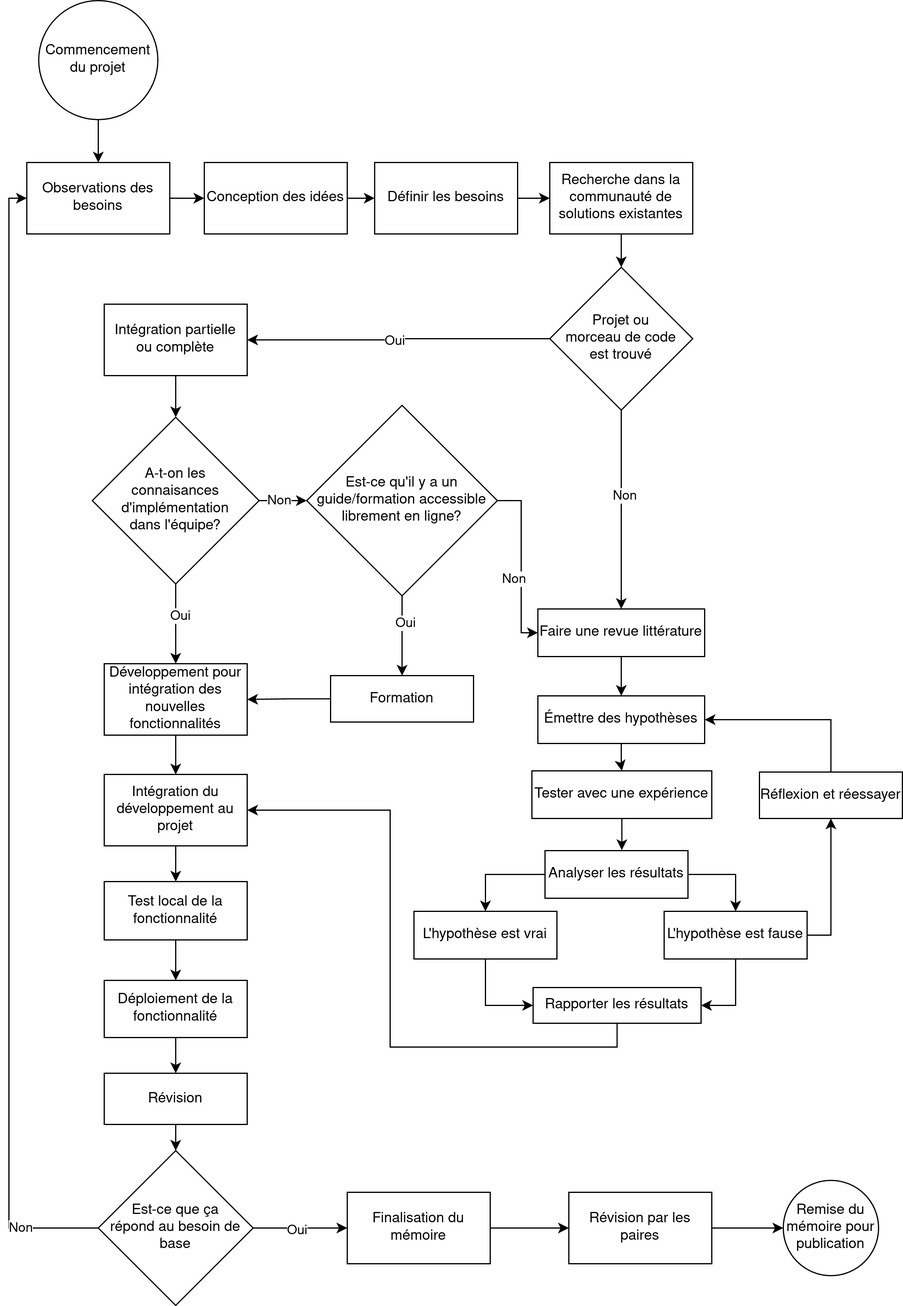
Above: diagramme/methodologie_scientifique.drawio.png in mathben/memoire_generateur_code_2023 (draw.io), before the change. Source tidied: cells renumbered, new cells last; positions are measured from the earlier drawing's top-left corner, leaving out a move shared by most shapes. Its diagram source:
```xml
<mxGraphModel>
  <root>
    <mxCell id="0" />
    <mxCell id="1" parent="0" />
    <mxCell id="2" style="edgeStyle=orthogonalEdgeStyle;rounded=0;jettySize=auto;html=1;entryX=0.5;entryY=0;entryDx=0;entryDy=0;" parent="1" edge="1" source="3" target="5">
      <mxGeometry relative="1" as="geometry" />
    </mxCell>
    <mxCell id="3" value="Faire une revue littérature" style="rounded=0;whiteSpace=wrap;html=1;" parent="1" vertex="1">
      <mxGeometry x="444" y="511" width="140" height="40" as="geometry" />
    </mxCell>
    <mxCell id="4" style="edgeStyle=orthogonalEdgeStyle;rounded=0;jettySize=auto;html=1;" parent="1" edge="1" source="5" target="7">
      <mxGeometry relative="1" as="geometry" />
    </mxCell>
    <mxCell id="5" value="Émettre des hypothèses" style="rounded=0;whiteSpace=wrap;html=1;" parent="1" vertex="1">
      <mxGeometry x="444" y="584" width="140" height="40" as="geometry" />
    </mxCell>
    <mxCell id="6" style="edgeStyle=orthogonalEdgeStyle;rounded=0;jettySize=auto;html=1;entryX=0.537;entryY=-0.01;entryDx=0;entryDy=0;entryPerimeter=0;" parent="1" edge="1" source="7" target="10">
      <mxGeometry relative="1" as="geometry" />
    </mxCell>
    <mxCell id="7" value="Tester avec une expérience" style="rounded=0;whiteSpace=wrap;html=1;" parent="1" vertex="1">
      <mxGeometry x="439" y="647" width="151" height="40" as="geometry" />
    </mxCell>
    <mxCell id="8" style="edgeStyle=orthogonalEdgeStyle;rounded=0;jettySize=auto;html=1;entryX=0.5;entryY=0;entryDx=0;entryDy=0;exitX=0;exitY=0.5;exitDx=0;exitDy=0;" parent="1" edge="1" source="10" target="12">
      <mxGeometry relative="1" as="geometry" />
    </mxCell>
    <mxCell id="9" style="edgeStyle=orthogonalEdgeStyle;rounded=0;jettySize=auto;html=1;entryX=0.5;entryY=0;entryDx=0;entryDy=0;exitX=1;exitY=0.5;exitDx=0;exitDy=0;" parent="1" edge="1" source="10" target="15">
      <mxGeometry relative="1" as="geometry" />
    </mxCell>
    <mxCell id="10" value="Analyser les résultats" style="rounded=0;whiteSpace=wrap;html=1;" parent="1" vertex="1">
      <mxGeometry x="450" y="714" width="120" height="40" as="geometry" />
    </mxCell>
    <mxCell id="11" style="edgeStyle=orthogonalEdgeStyle;rounded=0;jettySize=auto;html=1;entryX=0;entryY=0.5;entryDx=0;entryDy=0;" parent="1" edge="1" source="12" target="17">
      <mxGeometry relative="1" as="geometry" />
    </mxCell>
    <mxCell id="12" value="L'hypothèse est vrai" style="rounded=0;whiteSpace=wrap;html=1;" parent="1" vertex="1">
      <mxGeometry x="340" y="765" width="120" height="40" as="geometry" />
    </mxCell>
    <mxCell id="13" style="edgeStyle=orthogonalEdgeStyle;rounded=0;jettySize=auto;html=1;entryX=1;entryY=0.5;entryDx=0;entryDy=0;" parent="1" edge="1" source="15" target="17">
      <mxGeometry relative="1" as="geometry" />
    </mxCell>
    <mxCell id="14" style="edgeStyle=orthogonalEdgeStyle;rounded=0;jettySize=auto;html=1;entryX=0.5;entryY=1;entryDx=0;entryDy=0;exitX=1;exitY=0.5;exitDx=0;exitDy=0;" parent="1" edge="1" source="15" target="19">
      <mxGeometry relative="1" as="geometry" />
    </mxCell>
    <mxCell id="15" value="L'hypothèse est fause" style="rounded=0;whiteSpace=wrap;html=1;" parent="1" vertex="1">
      <mxGeometry x="550" y="765" width="120" height="40" as="geometry" />
    </mxCell>
    <mxCell id="16" style="edgeStyle=orthogonalEdgeStyle;rounded=0;jettySize=auto;html=1;entryX=1;entryY=0.5;entryDx=0;entryDy=0;exitX=0.5;exitY=1;exitDx=0;exitDy=0;" parent="1" edge="1" source="17" target="43">
      <mxGeometry relative="1" as="geometry" />
    </mxCell>
    <mxCell id="17" value="Rapporter les résultats" style="rounded=0;whiteSpace=wrap;html=1;" parent="1" vertex="1">
      <mxGeometry x="440" y="829" width="141" height="30" as="geometry" />
    </mxCell>
    <mxCell id="18" style="edgeStyle=orthogonalEdgeStyle;rounded=0;jettySize=auto;html=1;entryX=1;entryY=0.5;entryDx=0;entryDy=0;exitX=0.5;exitY=0;exitDx=0;exitDy=0;" parent="1" edge="1" source="19" target="5">
      <mxGeometry relative="1" as="geometry" />
    </mxCell>
    <mxCell id="19" value="Réflexion et réessayer" style="rounded=0;whiteSpace=wrap;html=1;" parent="1" vertex="1">
      <mxGeometry x="630" y="648" width="120" height="39" as="geometry" />
    </mxCell>
    <mxCell id="20" style="edgeStyle=orthogonalEdgeStyle;rounded=0;jettySize=auto;html=1;entryX=0;entryY=0.5;entryDx=0;entryDy=0;" parent="1" edge="1" source="21" target="25">
      <mxGeometry relative="1" as="geometry" />
    </mxCell>
    <mxCell id="21" value="Définir les besoins" style="rounded=0;whiteSpace=wrap;html=1;" parent="1" vertex="1">
      <mxGeometry x="307" y="136" width="120" height="60" as="geometry" />
    </mxCell>
    <mxCell id="22" style="edgeStyle=orthogonalEdgeStyle;rounded=0;jettySize=auto;html=1;entryX=0.5;entryY=0;entryDx=0;entryDy=0;exitX=0.5;exitY=1;exitDx=0;exitDy=0;" parent="1" edge="1" source="23" target="43">
      <mxGeometry relative="1" as="geometry" />
    </mxCell>
    <mxCell id="23" value="Développement pour intégration des nouvelles fonctionnalités" style="rounded=0;whiteSpace=wrap;html=1;" parent="1" vertex="1">
      <mxGeometry x="80" y="557" width="120" height="60" as="geometry" />
    </mxCell>
    <mxCell id="24" style="edgeStyle=orthogonalEdgeStyle;rounded=0;jettySize=auto;html=1;entryX=0.5;entryY=0;entryDx=0;entryDy=0;" parent="1" edge="1" source="25" target="39">
      <mxGeometry relative="1" as="geometry" />
    </mxCell>
    <mxCell id="25" value="Recherche dans la communauté de solutions existantes" style="rounded=0;whiteSpace=wrap;html=1;" parent="1" vertex="1">
      <mxGeometry x="454" y="136" width="120" height="60" as="geometry" />
    </mxCell>
    <mxCell id="26" style="edgeStyle=orthogonalEdgeStyle;rounded=0;jettySize=auto;html=1;entryX=0.5;entryY=0;entryDx=0;entryDy=0;exitX=0.5;exitY=1;exitDx=0;exitDy=0;" parent="1" edge="1" source="30" target="23">
      <mxGeometry relative="1" as="geometry" />
    </mxCell>
    <mxCell id="27" value="Oui" style="edgeLabel;html=1;align=center;verticalAlign=middle;" parent="26" vertex="1">
      <mxGeometry x="-0.24" y="3" relative="1" as="geometry" />
    </mxCell>
    <mxCell id="28" style="edgeStyle=orthogonalEdgeStyle;rounded=0;jettySize=auto;html=1;entryX=0;entryY=0.5;entryDx=0;entryDy=0;exitX=1;exitY=0.5;exitDx=0;exitDy=0;" parent="1" edge="1" source="30" target="59">
      <mxGeometry relative="1" as="geometry" />
    </mxCell>
    <mxCell id="29" value="Non" style="edgeLabel;html=1;align=center;verticalAlign=middle;" parent="28" vertex="1">
      <mxGeometry x="-0.18" y="1" relative="1" as="geometry" />
    </mxCell>
    <mxCell id="30" value="&lt;div&gt;A-t-on les &lt;br&gt;&lt;/div&gt;&lt;div&gt;connaisances d'implémentation &lt;br&gt;&lt;/div&gt;&lt;div&gt;dans l'équipe?&lt;/div&gt;" style="rhombus;whiteSpace=wrap;html=1;" parent="1" vertex="1">
      <mxGeometry x="70" y="350" width="140" height="140" as="geometry" />
    </mxCell>
    <mxCell id="31" style="edgeStyle=orthogonalEdgeStyle;rounded=0;jettySize=auto;html=1;" parent="1" edge="1" source="32" target="34">
      <mxGeometry relative="1" as="geometry" />
    </mxCell>
    <mxCell id="32" value="Observations des besoins" style="rounded=0;whiteSpace=wrap;html=1;" parent="1" vertex="1">
      <mxGeometry x="15" y="136" width="120" height="60" as="geometry" />
    </mxCell>
    <mxCell id="33" style="edgeStyle=orthogonalEdgeStyle;rounded=0;jettySize=auto;html=1;entryX=0;entryY=0.5;entryDx=0;entryDy=0;" parent="1" edge="1" source="34" target="21">
      <mxGeometry relative="1" as="geometry" />
    </mxCell>
    <mxCell id="34" value="Conception des idées" style="rounded=0;whiteSpace=wrap;html=1;" parent="1" vertex="1">
      <mxGeometry x="164" y="136" width="120" height="60" as="geometry" />
    </mxCell>
    <mxCell id="35" style="edgeStyle=orthogonalEdgeStyle;rounded=0;jettySize=auto;html=1;exitX=0;exitY=0.5;exitDx=0;exitDy=0;" parent="1" edge="1" source="39" target="41">
      <mxGeometry relative="1" as="geometry" />
    </mxCell>
    <mxCell id="36" value="Oui" style="edgeLabel;html=1;align=center;verticalAlign=middle;" parent="35" vertex="1">
      <mxGeometry x="0.03" relative="1" as="geometry" />
    </mxCell>
    <mxCell id="37" style="edgeStyle=orthogonalEdgeStyle;rounded=0;jettySize=auto;html=1;entryX=0.5;entryY=0;entryDx=0;entryDy=0;exitX=0.5;exitY=1;exitDx=0;exitDy=0;" parent="1" edge="1" source="39" target="3">
      <mxGeometry relative="1" as="geometry" />
    </mxCell>
    <mxCell id="38" value="Non" style="edgeLabel;html=1;align=center;verticalAlign=middle;" parent="37" vertex="1">
      <mxGeometry x="-0.14" y="2" relative="1" as="geometry" />
    </mxCell>
    <mxCell id="39" value="&lt;div&gt;Projet ou &lt;br&gt;&lt;/div&gt;&lt;div&gt;morceau de code&lt;/div&gt;&lt;div&gt;est trouvé&lt;/div&gt;" style="rhombus;whiteSpace=wrap;html=1;" parent="1" vertex="1">
      <mxGeometry x="454" y="224" width="120" height="120" as="geometry" />
    </mxCell>
    <mxCell id="40" style="edgeStyle=orthogonalEdgeStyle;rounded=0;jettySize=auto;html=1;entryX=0.5;entryY=0;entryDx=0;entryDy=0;" parent="1" edge="1" source="41" target="30">
      <mxGeometry relative="1" as="geometry" />
    </mxCell>
    <mxCell id="41" value="Intégration partielle ou complète" style="rounded=0;whiteSpace=wrap;html=1;" parent="1" vertex="1">
      <mxGeometry x="80" y="255" width="120" height="60" as="geometry" />
    </mxCell>
    <mxCell id="42" style="edgeStyle=orthogonalEdgeStyle;rounded=0;jettySize=auto;html=1;" parent="1" edge="1" source="43" target="64">
      <mxGeometry relative="1" as="geometry" />
    </mxCell>
    <mxCell id="43" value="Intégration du développement au projet" style="rounded=0;whiteSpace=wrap;html=1;" parent="1" vertex="1">
      <mxGeometry x="80" y="650" width="120" height="60" as="geometry" />
    </mxCell>
    <mxCell id="44" style="edgeStyle=orthogonalEdgeStyle;rounded=0;jettySize=auto;html=1;entryX=0;entryY=0.5;entryDx=0;entryDy=0;exitX=0;exitY=0.5;exitDx=0;exitDy=0;" parent="1" edge="1" source="48" target="32">
      <mxGeometry relative="1" as="geometry">
        <Array as="points">
          <mxPoint y="1031" />
          <mxPoint y="166" />
        </Array>
      </mxGeometry>
    </mxCell>
    <mxCell id="45" value="Non" style="edgeLabel;html=1;align=center;verticalAlign=middle;" parent="44" vertex="1">
      <mxGeometry x="-0.86" y="-1" relative="1" as="geometry" />
    </mxCell>
    <mxCell id="46" style="edgeStyle=orthogonalEdgeStyle;rounded=0;jettySize=auto;html=1;entryX=0;entryY=0.5;entryDx=0;entryDy=0;" parent="1" edge="1" source="48" target="50">
      <mxGeometry relative="1" as="geometry" />
    </mxCell>
    <mxCell id="47" value="Oui" style="edgeLabel;html=1;align=center;verticalAlign=middle;" parent="46" vertex="1">
      <mxGeometry x="-0.08" y="-1" relative="1" as="geometry" />
    </mxCell>
    <mxCell id="48" value="&lt;div&gt;Est-ce que ça&lt;/div&gt;&lt;div&gt;répond au besoin de base&lt;/div&gt;" style="rhombus;whiteSpace=wrap;html=1;" parent="1" vertex="1">
      <mxGeometry x="75" y="966" width="130" height="130" as="geometry" />
    </mxCell>
    <mxCell id="49" style="edgeStyle=orthogonalEdgeStyle;rounded=0;jettySize=auto;html=1;entryX=0;entryY=0.5;entryDx=0;entryDy=0;" parent="1" edge="1" source="50" target="61">
      <mxGeometry relative="1" as="geometry" />
    </mxCell>
    <mxCell id="50" value="Finalisation du mémoire" style="rounded=0;whiteSpace=wrap;html=1;" parent="1" vertex="1">
      <mxGeometry x="284" y="1001" width="120" height="60" as="geometry" />
    </mxCell>
    <mxCell id="51" style="edgeStyle=orthogonalEdgeStyle;rounded=0;jettySize=auto;html=1;entryX=0.5;entryY=0;entryDx=0;entryDy=0;" parent="1" edge="1" source="52" target="32">
      <mxGeometry relative="1" as="geometry" />
    </mxCell>
    <mxCell id="52" value="Commencement du projet" style="ellipse;whiteSpace=wrap;html=1;" parent="1" vertex="1">
      <mxGeometry x="25" width="100" height="100" as="geometry" />
    </mxCell>
    <mxCell id="53" style="edgeStyle=orthogonalEdgeStyle;rounded=0;jettySize=auto;html=1;entryX=1;entryY=0.5;entryDx=0;entryDy=0;" parent="1" edge="1" source="54" target="23">
      <mxGeometry relative="1" as="geometry" />
    </mxCell>
    <mxCell id="54" value="Formation" style="rounded=0;whiteSpace=wrap;html=1;" parent="1" vertex="1">
      <mxGeometry x="270" y="567" width="120" height="39" as="geometry" />
    </mxCell>
    <mxCell id="55" style="edgeStyle=orthogonalEdgeStyle;rounded=0;jettySize=auto;html=1;entryX=0;entryY=0.5;entryDx=0;entryDy=0;exitX=1;exitY=0.5;exitDx=0;exitDy=0;" parent="1" edge="1" source="59" target="3">
      <mxGeometry relative="1" as="geometry">
        <Array as="points">
          <mxPoint x="430" y="420" />
          <mxPoint x="430" y="531" />
        </Array>
      </mxGeometry>
    </mxCell>
    <mxCell id="56" value="Non" style="edgeLabel;html=1;align=center;verticalAlign=middle;" parent="55" vertex="1">
      <mxGeometry x="0.19" y="-1" relative="1" as="geometry">
        <mxPoint x="-6" y="-1" as="offset" />
      </mxGeometry>
    </mxCell>
    <mxCell id="57" style="edgeStyle=orthogonalEdgeStyle;rounded=0;jettySize=auto;html=1;entryX=0.5;entryY=0;entryDx=0;entryDy=0;" parent="1" edge="1" source="59" target="54">
      <mxGeometry relative="1" as="geometry" />
    </mxCell>
    <mxCell id="58" value="Oui" style="edgeLabel;html=1;align=center;verticalAlign=middle;" parent="57" vertex="1">
      <mxGeometry x="-0.36" y="2" relative="1" as="geometry" />
    </mxCell>
    <mxCell id="59" value="Est-ce qu'il y a un guide/formation accessible librement en ligne?" style="rhombus;whiteSpace=wrap;html=1;" parent="1" vertex="1">
      <mxGeometry x="250" y="340" width="160" height="160" as="geometry" />
    </mxCell>
    <mxCell id="60" style="edgeStyle=orthogonalEdgeStyle;rounded=0;jettySize=auto;html=1;entryX=0;entryY=0.5;entryDx=0;entryDy=0;" parent="1" edge="1" source="61" target="62">
      <mxGeometry relative="1" as="geometry" />
    </mxCell>
    <mxCell id="61" value="Révision par les paires" style="rounded=0;whiteSpace=wrap;html=1;" parent="1" vertex="1">
      <mxGeometry x="470" y="1001" width="120" height="60" as="geometry" />
    </mxCell>
    <mxCell id="62" value="Remise du mémoire pour publication" style="ellipse;whiteSpace=wrap;html=1;" parent="1" vertex="1">
      <mxGeometry x="650" y="991" width="80" height="80" as="geometry" />
    </mxCell>
    <mxCell id="63" style="edgeStyle=orthogonalEdgeStyle;rounded=0;jettySize=auto;html=1;" parent="1" edge="1" source="64" target="66">
      <mxGeometry relative="1" as="geometry" />
    </mxCell>
    <mxCell id="64" value="Test local de la fonctionnalité" style="rounded=0;whiteSpace=wrap;html=1;" parent="1" vertex="1">
      <mxGeometry x="80" y="740" width="120" height="49" as="geometry" />
    </mxCell>
    <mxCell id="65" style="edgeStyle=orthogonalEdgeStyle;rounded=0;jettySize=auto;html=1;entryX=0.5;entryY=0;entryDx=0;entryDy=0;" parent="1" edge="1" source="66" target="68">
      <mxGeometry relative="1" as="geometry" />
    </mxCell>
    <mxCell id="66" value="Déploiement de la fonctionnalité" style="rounded=0;whiteSpace=wrap;html=1;" parent="1" vertex="1">
      <mxGeometry x="80" y="823" width="120" height="48" as="geometry" />
    </mxCell>
    <mxCell id="67" style="edgeStyle=orthogonalEdgeStyle;rounded=0;jettySize=auto;html=1;entryX=0.5;entryY=0;entryDx=0;entryDy=0;" parent="1" edge="1" source="68" target="48">
      <mxGeometry relative="1" as="geometry" />
    </mxCell>
    <mxCell id="68" value="Révision" style="rounded=0;whiteSpace=wrap;html=1;" parent="1" vertex="1">
      <mxGeometry x="80" y="901" width="120" height="43" as="geometry" />
    </mxCell>
  </root>
</mxGraphModel>
```
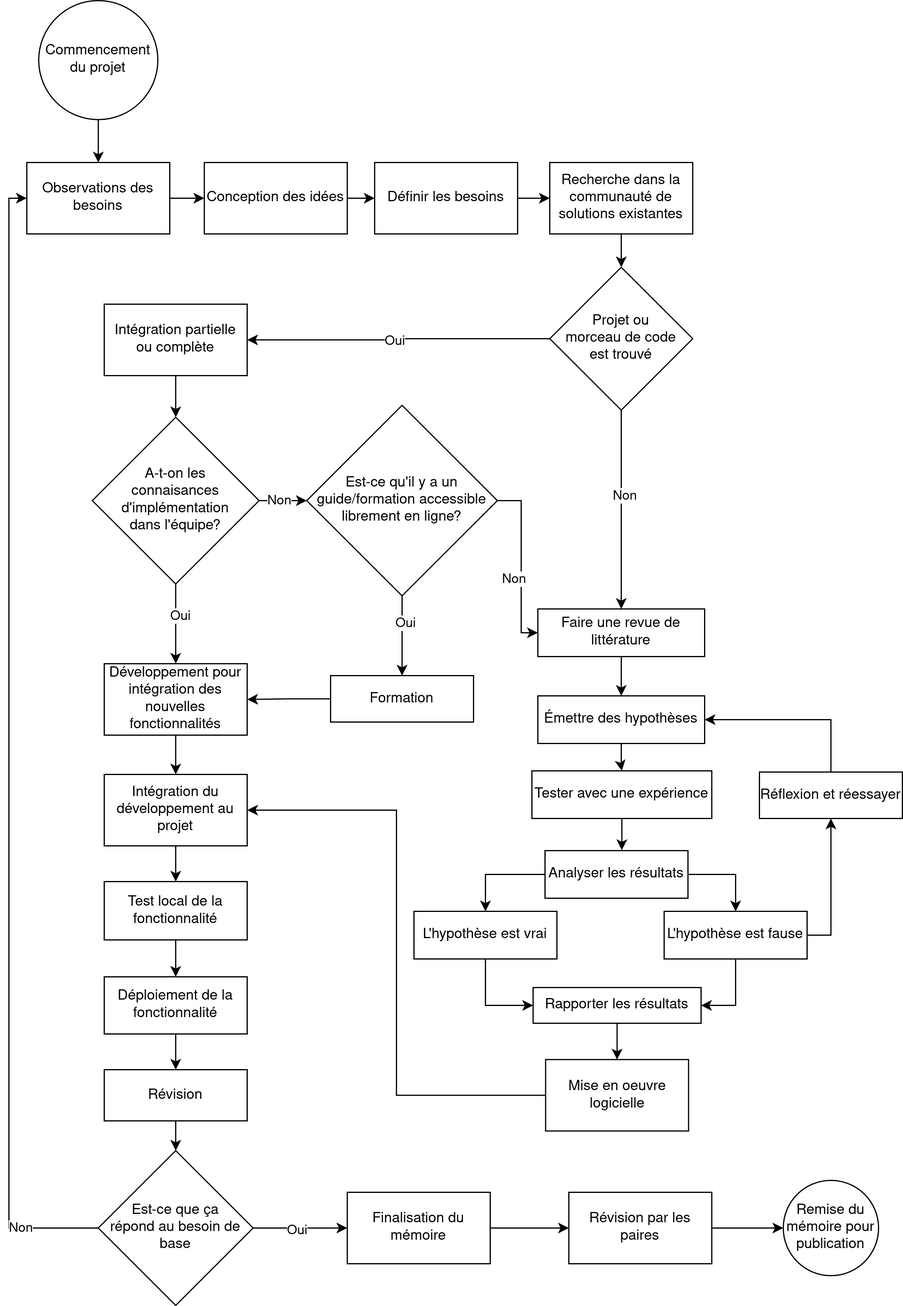
Later version of the same file.

Commit message:
[UPD] diagramme: methodologie scientifique v4

Diff of the diagram source:
```diff
@@ -5,7 +5,7 @@
     <mxCell id="2" style="edgeStyle=orthogonalEdgeStyle;rounded=0;jettySize=auto;html=1;entryX=0.5;entryY=0;entryDx=0;entryDy=0;" parent="1" edge="1" source="3" target="5">
       <mxGeometry relative="1" as="geometry" />
     </mxCell>
-    <mxCell id="3" value="Faire une revue littérature" style="rounded=0;whiteSpace=wrap;html=1;" parent="1" vertex="1">
+    <mxCell id="3" value="Faire une revue de littérature" style="rounded=0;whiteSpace=wrap;html=1;" parent="1" vertex="1">
       <mxGeometry x="444" y="511" width="140" height="40" as="geometry" />
     </mxCell>
     <mxCell id="4" style="edgeStyle=orthogonalEdgeStyle;rounded=0;jettySize=auto;html=1;" parent="1" edge="1" source="5" target="7">
@@ -44,9 +44,9 @@
     <mxCell id="15" value="L'hypothèse est fause" style="rounded=0;whiteSpace=wrap;html=1;" parent="1" vertex="1">
       <mxGeometry x="550" y="765" width="120" height="40" as="geometry" />
     </mxCell>
-    <mxCell id="16" style="edgeStyle=orthogonalEdgeStyle;rounded=0;jettySize=auto;html=1;entryX=1;entryY=0.5;entryDx=0;entryDy=0;exitX=0.5;exitY=1;exitDx=0;exitDy=0;" parent="1" edge="1" source="17" target="43">
-      <mxGeometry relative="1" as="geometry" />
-    </mxCell>
+    <mxCell id="69" style="edgeStyle=orthogonalEdgeStyle;rounded=0;jettySize=auto;html=1;" parent="1" edge="1" source="17" target="71">
+      <mxGeometry relative="1" as="geometry" />
+    </mxCell>
     <mxCell id="17" value="Rapporter les résultats" style="rounded=0;whiteSpace=wrap;html=1;" parent="1" vertex="1">
       <mxGeometry x="440" y="829" width="141" height="30" as="geometry" />
     </mxCell>
@@ -207,13 +207,19 @@
       <mxGeometry relative="1" as="geometry" />
     </mxCell>
     <mxCell id="66" value="Déploiement de la fonctionnalité" style="rounded=0;whiteSpace=wrap;html=1;" parent="1" vertex="1">
-      <mxGeometry x="80" y="823" width="120" height="48" as="geometry" />
+      <mxGeometry x="80" y="820" width="120" height="48" as="geometry" />
     </mxCell>
     <mxCell id="67" style="edgeStyle=orthogonalEdgeStyle;rounded=0;jettySize=auto;html=1;entryX=0.5;entryY=0;entryDx=0;entryDy=0;" parent="1" edge="1" source="68" target="48">
       <mxGeometry relative="1" as="geometry" />
     </mxCell>
     <mxCell id="68" value="Révision" style="rounded=0;whiteSpace=wrap;html=1;" parent="1" vertex="1">
-      <mxGeometry x="80" y="901" width="120" height="43" as="geometry" />
+      <mxGeometry x="80" y="898" width="120" height="43" as="geometry" />
     </mxCell>
+    <mxCell id="70" style="edgeStyle=orthogonalEdgeStyle;rounded=0;jettySize=auto;html=1;entryX=1;entryY=0.5;entryDx=0;entryDy=0;" parent="1" edge="1" source="71" target="43">
+      <mxGeometry relative="1" as="geometry" />
+    </mxCell>
+    <mxCell id="71" value="Mise en oeuvre logicielle" style="rounded=0;whiteSpace=wrap;html=1;" parent="1" vertex="1">
+      <mxGeometry x="450.5" y="889.5" width="120" height="60" as="geometry" />
+    </mxCell>
   </root>
 </mxGraphModel>
```
